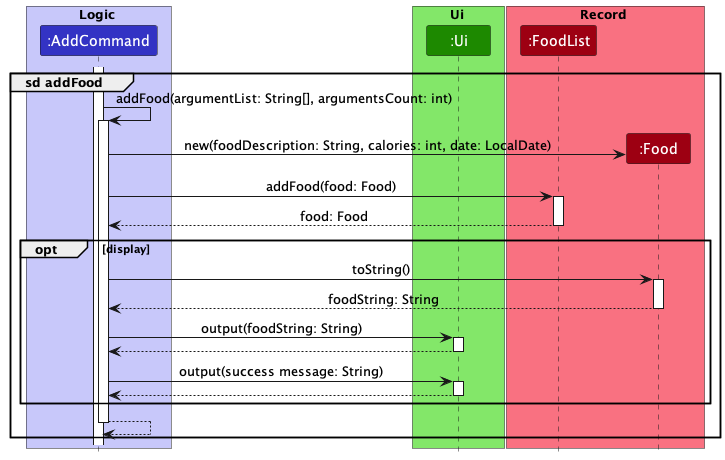
The PlantUML diagram docs/UmlDiagrams/AddFood.png in nus-cs2113-AY2223S1/tp, before a commit. Source of this version:
```plantuml
@startuml

autoactivate on

!include style.puml
box Logic LOGIC_COLOR_T1
participant ":AddCommand" as addCommand LOGIC_COLOR
end box
box Ui UI_COLOR_T1
participant ":Ui" as ui UI_COLOR
end box
box Record RECORD_COLOR_T1
participant ":FoodList" as FoodList RECORD_COLOR
participant ":Food" as food RECORD_COLOR
end box


group sd addFood
activate addCommand
    addCommand -> addCommand: addFood(argumentList: String[], argumentsCount: int)
    addCommand -> food **: new(foodDescription: String, calories: int, date: LocalDate)
    addCommand -> FoodList: addFood(food: Food)
    return food: Food
    opt display
        addCommand -> food: toString()
        return foodString: String
        addCommand -> ui: output(foodString: String)
        return
        addCommand -> ui: output(success message: String)
        return
    end
    return
end
@enduml
```
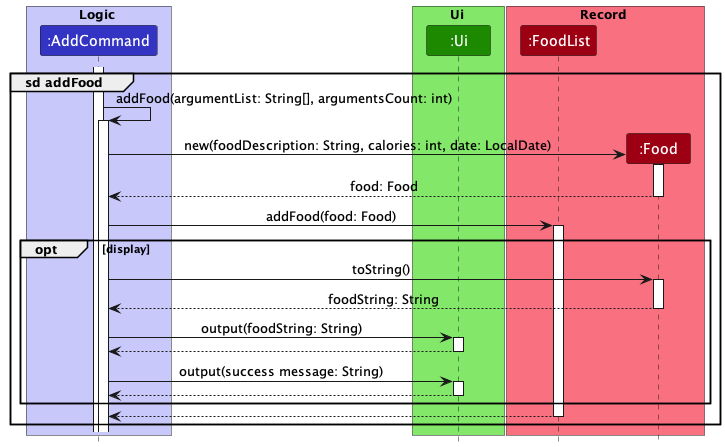
The same file after the commit.

Commit message:
Add sequence diagrams for add

What changed in the source:
```diff
@@ -18,9 +18,10 @@
 group sd addFood
 activate addCommand
     addCommand -> addCommand: addFood(argumentList: String[], argumentsCount: int)
-    addCommand -> food **: new(foodDescription: String, calories: int, date: LocalDate)
+    create food
+    addCommand -> food : new(foodDescription: String, calories: int, date: LocalDate)
+    return food: Food
     addCommand -> FoodList: addFood(food: Food)
-    return food: Food
     opt display
         addCommand -> food: toString()
         return foodString: String
```
